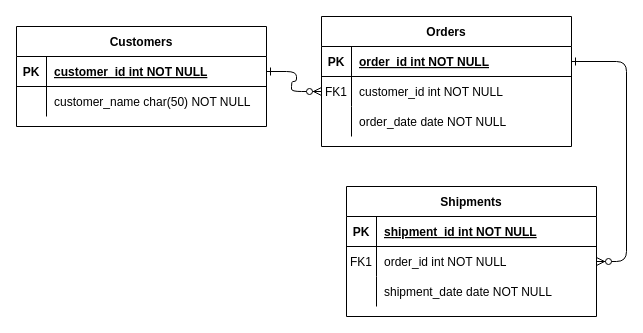
The draw.io diagram Diagramas/EntidadRelacion.drawio in Cicery/ProyectoTallerMecanico, before the edit. Source tidied: cells renumbered, new cells numbered last; positions are measured from the earlier drawing's top-left corner, leaving out a move shared by most shapes. Both pictures are drawn from the tidied source at 100%, with x=0, y=0 at pixel (16, 16).
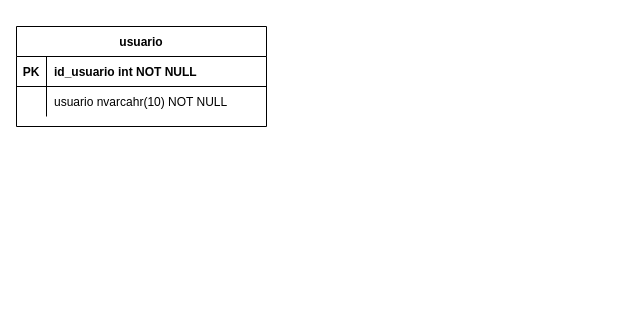
The same diagram, later.

Unchanged cells that the change refers to:
```xml
<mxCell id="25" style="shape=partialRectangle;fillColor=none;points=[[0,0.5],[1,0.5]];portConstraint=eastwest;top=0;left=0;right=0;bottom=1;" parent="24" vertex="1">
  <mxGeometry y="30" width="250" height="30" as="geometry" />
</mxCell>
<mxCell id="28" style="shape=partialRectangle;fillColor=none;top=0;left=0;right=0;bottom=0;" parent="24" vertex="1">
  <mxGeometry y="60" width="250" height="30" as="geometry" />
</mxCell>
```

Change to the diagram source:
```diff
@@
-    <mxCell id="2" style="edgeStyle=entityRelationEdgeStyle;endArrow=ERzeroToMany;startArrow=ERone;endFill=1;startFill=0;" parent="1" edge="1" source="25" target="8">
-      <mxGeometry relative="1" as="geometry" />
-    </mxCell>
-    <mxCell id="3" style="edgeStyle=entityRelationEdgeStyle;endArrow=ERzeroToMany;startArrow=ERone;endFill=1;startFill=0;" parent="1" edge="1" source="5" target="18">
-      <mxGeometry relative="1" as="geometry" />
-    </mxCell>
-    <mxCell id="4" value="Orders" style="shape=table;startSize=30;childLayout=tableLayout;rowLines=0;fontStyle=1;align=center;" parent="1" vertex="1">
-      <mxGeometry x="305" width="250" height="130" as="geometry" />
-    </mxCell>
-    <mxCell id="5" style="shape=partialRectangle;fillColor=none;points=[[0,0.5],[1,0.5]];portConstraint=eastwest;top=0;left=0;right=0;bottom=1;" parent="4" vertex="1">
-      <mxGeometry y="30" width="250" height="30" as="geometry" />
-    </mxCell>
-    <mxCell id="6" value="PK" style="shape=partialRectangle;overflow=hidden;fillColor=none;top=0;left=0;bottom=0;right=0;fontStyle=1;" parent="5" vertex="1">
-      <mxGeometry width="30" height="30" as="geometry" />
-    </mxCell>
-    <mxCell id="7" value="order_id int NOT NULL " style="shape=partialRectangle;overflow=hidden;fillColor=none;top=0;left=0;bottom=0;right=0;align=left;spacingLeft=6;fontStyle=5;" parent="5" vertex="1">
-      <mxGeometry x="30" width="220" height="30" as="geometry" />
-    </mxCell>
-    <mxCell id="8" style="shape=partialRectangle;fillColor=none;points=[[0,0.5],[1,0.5]];portConstraint=eastwest;top=0;left=0;right=0;bottom=0;" parent="4" vertex="1">
-      <mxGeometry y="60" width="250" height="30" as="geometry" />
-    </mxCell>
-    <mxCell id="9" value="FK1" style="shape=partialRectangle;overflow=hidden;fillColor=none;top=0;left=0;bottom=0;right=0;" parent="8" vertex="1">
-      <mxGeometry width="30" height="30" as="geometry" />
-    </mxCell>
-    <mxCell id="10" value="customer_id int NOT NULL" style="shape=partialRectangle;overflow=hidden;fillColor=none;top=0;left=0;bottom=0;right=0;align=left;spacingLeft=6;" parent="8" vertex="1">
-      <mxGeometry x="30" width="220" height="30" as="geometry" />
-    </mxCell>
-    <mxCell id="11" style="shape=partialRectangle;fillColor=none;top=0;left=0;right=0;bottom=0;" parent="4" vertex="1">
-      <mxGeometry y="90" width="250" height="30" as="geometry" />
-    </mxCell>
-    <mxCell id="12" style="shape=partialRectangle;overflow=hidden;fillColor=none;top=0;left=0;bottom=0;right=0;" parent="11" vertex="1">
-      <mxGeometry width="30" height="30" as="geometry" />
-    </mxCell>
-    <mxCell id="13" value="order_date date NOT NULL" style="shape=partialRectangle;overflow=hidden;fillColor=none;top=0;left=0;bottom=0;right=0;align=left;spacingLeft=6;" parent="11" vertex="1">
-      <mxGeometry x="30" width="220" height="30" as="geometry" />
-    </mxCell>
-    <mxCell id="14" value="Shipments" style="shape=table;startSize=30;childLayout=tableLayout;rowLines=0;fontStyle=1;align=center;" parent="1" vertex="1">
-      <mxGeometry x="330" y="170" width="250" height="130" as="geometry" />
-    </mxCell>
-    <mxCell id="15" style="shape=partialRectangle;fillColor=none;top=0;left=0;right=0;bottom=1;" parent="14" vertex="1">
-      <mxGeometry y="30" width="250" height="30" as="geometry" />
-    </mxCell>
-    <mxCell id="16" value="PK" style="shape=partialRectangle;overflow=hidden;fillColor=none;top=0;left=0;bottom=0;right=0;fontStyle=1;" parent="15" vertex="1">
-      <mxGeometry width="30" height="30" as="geometry" />
-    </mxCell>
-    <mxCell id="17" value="shipment_id int NOT NULL " style="shape=partialRectangle;overflow=hidden;fillColor=none;top=0;left=0;bottom=0;right=0;align=left;spacingLeft=6;fontStyle=5;" parent="15" vertex="1">
-      <mxGeometry x="30" width="220" height="30" as="geometry" />
-    </mxCell>
-    <mxCell id="18" style="shape=partialRectangle;fillColor=none;points=[[0,0.5],[1,0.5]];portConstraint=eastwest;top=0;left=0;right=0;bottom=0;" parent="14" vertex="1">
-      <mxGeometry y="60" width="250" height="30" as="geometry" />
-    </mxCell>
-    <mxCell id="19" value="FK1" style="shape=partialRectangle;overflow=hidden;fillColor=none;top=0;left=0;bottom=0;right=0;" parent="18" vertex="1">
-      <mxGeometry width="30" height="30" as="geometry" />
-    </mxCell>
-    <mxCell id="20" value="order_id int NOT NULL" style="shape=partialRectangle;overflow=hidden;fillColor=none;top=0;left=0;bottom=0;right=0;align=left;spacingLeft=6;" parent="18" vertex="1">
-      <mxGeometry x="30" width="220" height="30" as="geometry" />
-    </mxCell>
-    <mxCell id="21" style="shape=partialRectangle;fillColor=none;top=0;left=0;right=0;bottom=0;" parent="14" vertex="1">
-      <mxGeometry y="90" width="250" height="30" as="geometry" />
-    </mxCell>
-    <mxCell id="22" style="shape=partialRectangle;overflow=hidden;fillColor=none;top=0;left=0;bottom=0;right=0;" parent="21" vertex="1">
-      <mxGeometry width="30" height="30" as="geometry" />
-    </mxCell>
-    <mxCell id="23" value="shipment_date date NOT NULL" style="shape=partialRectangle;overflow=hidden;fillColor=none;top=0;left=0;bottom=0;right=0;align=left;spacingLeft=6;" parent="21" vertex="1">
-      <mxGeometry x="30" width="220" height="30" as="geometry" />
-    </mxCell>
-    <mxCell id="24" value="Customers" style="shape=table;startSize=30;childLayout=tableLayout;rowLines=0;fontStyle=1;align=center;" parent="1" vertex="1">
+    <mxCell id="24" value="usuario" style="shape=table;startSize=30;childLayout=tableLayout;rowLines=0;fontStyle=1;align=center;" parent="1" vertex="1">
       <mxGeometry y="10" width="250" height="100" as="geometry" />
     </mxCell>
@@
-    <mxCell id="27" value="customer_id int NOT NULL " style="shape=partialRectangle;overflow=hidden;fillColor=none;top=0;left=0;bottom=0;right=0;align=left;spacingLeft=6;fontStyle=5;" parent="25" vertex="1">
+    <mxCell id="27" value="id_usuario int NOT NULL " style="shape=partialRectangle;overflow=hidden;fillColor=none;top=0;left=0;bottom=0;right=0;align=left;spacingLeft=6;fontStyle=1;" parent="25" vertex="1">
       <mxGeometry x="30" width="220" height="30" as="geometry" />
     </mxCell>
@@
-    <mxCell id="30" value="customer_name char(50) NOT NULL" style="shape=partialRectangle;overflow=hidden;fillColor=none;top=0;left=0;bottom=0;right=0;align=left;spacingLeft=6;" parent="28" vertex="1">
+    <mxCell id="30" value="usuario nvarcahr(10) NOT NULL" style="shape=partialRectangle;overflow=hidden;fillColor=none;top=0;left=0;bottom=0;right=0;align=left;spacingLeft=6;" parent="28" vertex="1">
       <mxGeometry x="30" width="220" height="30" as="geometry" />
     </mxCell>
```
